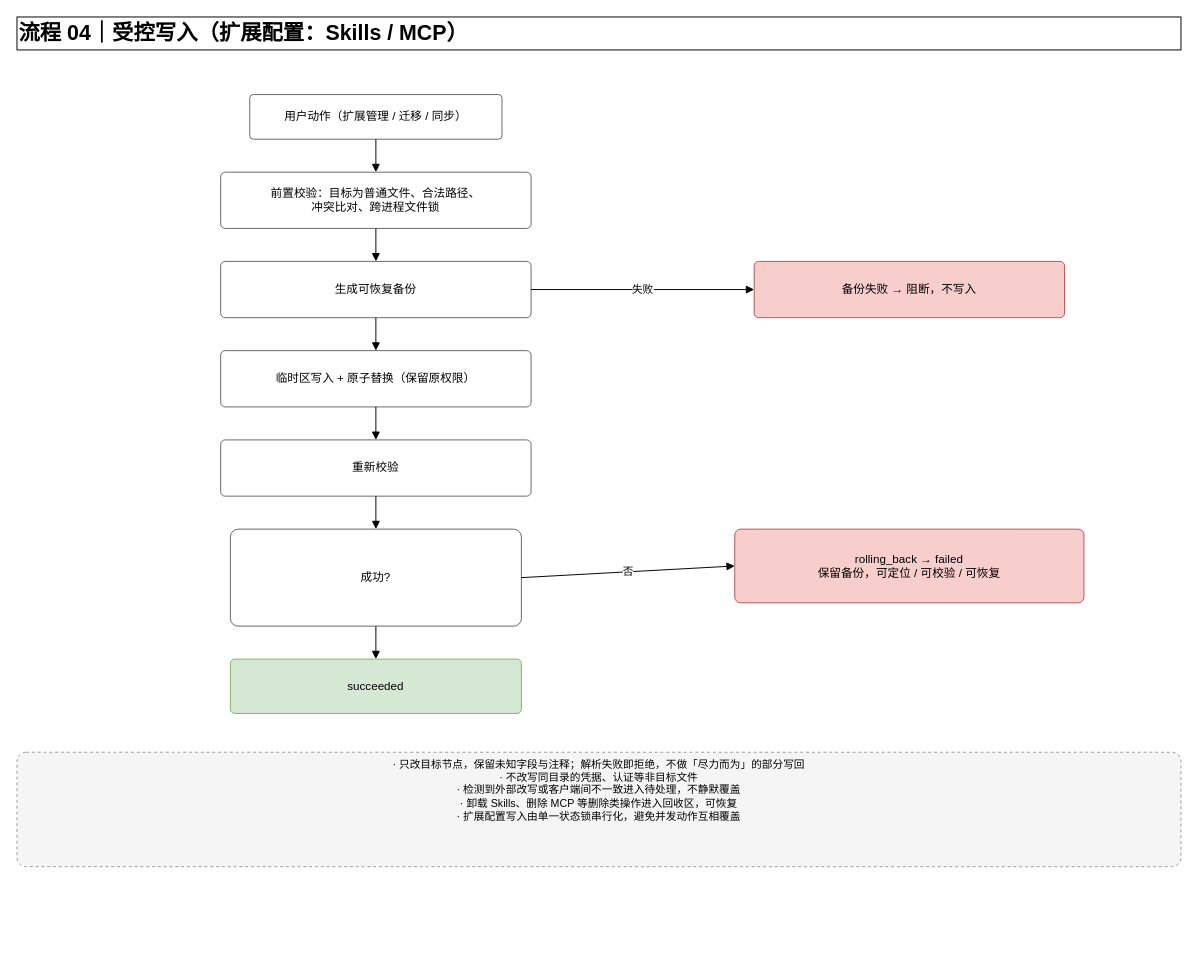
This is page "04-受控写入" (4 of 10) of docs/04-项目资料/03-项目协作资料/01-协作包/2026-09-12-OpenCodex桌面管理器需求协作/06-架构与流程/OpenCodex-Desktop-核心流程.drawio from gzers/opencodex-desktop, a draw.io file, before an edit. Source tidied: cells renumbered, new cells numbered last; positions are measured from the earlier drawing's top-left corner, leaving out a move shared by most shapes. Both pictures are drawn from the tidied source at 97%, with x=0, y=0 at pixel (16, 16).
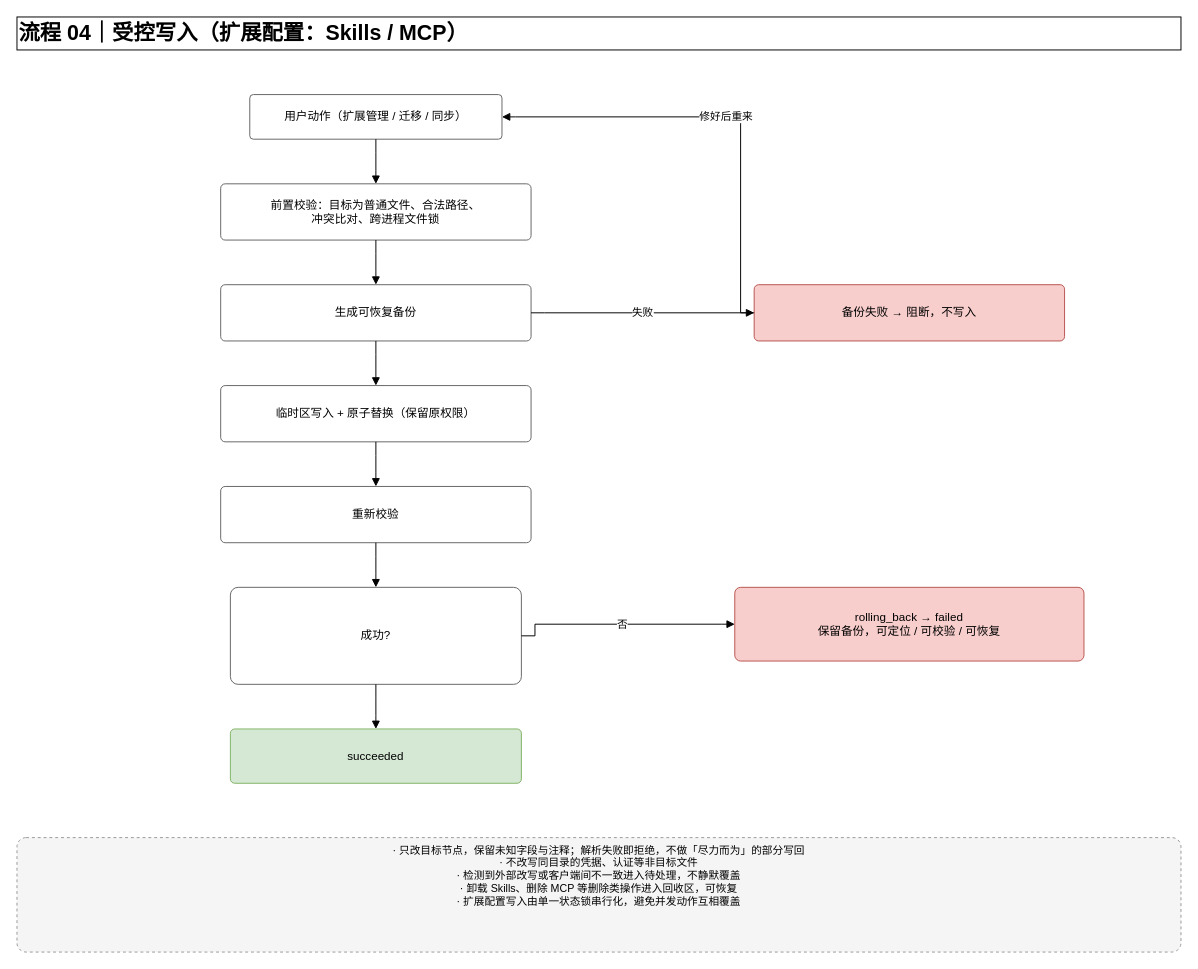
The same page after the edit.

Unchanged cells that the change refers to:
```xml
<mxCell id="3" value="用户动作（扩展管理 / 迁移 / 同步）" style="html=1;whiteSpace=wrap;rounded=1;arcSize=8;fontSize=12;fillColor=#ffffff;strokeColor=#666666;" parent="1" vertex="1">
  <mxGeometry x="240" y="80" width="260" height="46" as="geometry" />
</mxCell>
```

Diff of the diagram source:
```diff
@@
     <mxCell id="4" value="前置校验：目标为普通文件、合法路径、&lt;br&gt;冲突比对、跨进程文件锁" style="html=1;whiteSpace=wrap;rounded=1;arcSize=8;fontSize=12;fillColor=#ffffff;strokeColor=#666666;" parent="1" vertex="1">
-      <mxGeometry x="210" y="160" width="320" height="58" as="geometry" />
+      <mxGeometry x="210" y="172" width="320" height="58" as="geometry" />
     </mxCell>
     <mxCell id="5" value="生成可恢复备份" style="html=1;whiteSpace=wrap;rounded=1;arcSize=8;fontSize=12;fillColor=#ffffff;strokeColor=#666666;" parent="1" vertex="1">
-      <mxGeometry x="210" y="252" width="320" height="58" as="geometry" />
+      <mxGeometry x="210" y="276" width="320" height="58" as="geometry" />
     </mxCell>
     <mxCell id="6" value="临时区写入 + 原子替换（保留原权限）" style="html=1;whiteSpace=wrap;rounded=1;arcSize=8;fontSize=12;fillColor=#ffffff;strokeColor=#666666;" parent="1" vertex="1">
-      <mxGeometry x="210" y="344" width="320" height="58" as="geometry" />
+      <mxGeometry x="210" y="380" width="320" height="58" as="geometry" />
     </mxCell>
     <mxCell id="7" value="重新校验" style="html=1;whiteSpace=wrap;rounded=1;arcSize=8;fontSize=12;fillColor=#ffffff;strokeColor=#666666;" parent="1" vertex="1">
-      <mxGeometry x="210" y="436" width="320" height="58" as="geometry" />
+      <mxGeometry x="210" y="484" width="320" height="58" as="geometry" />
     </mxCell>
     <mxCell id="8" value="成功?" style="html=1;whiteSpace=wrap;rounded=1;arcSize=8;fontSize=12;fillColor=#ffffff;strokeColor=#666666;" parent="1" vertex="1">
-      <mxGeometry x="220" y="528" width="300" height="100" as="geometry" />
+      <mxGeometry x="220" y="588" width="300" height="100" as="geometry" />
     </mxCell>
     <mxCell id="9" value="succeeded" style="html=1;whiteSpace=wrap;rounded=1;arcSize=8;fontSize=12;fillColor=#d5e8d4;strokeColor=#82b366;" parent="1" vertex="1">
-      <mxGeometry x="220" y="662" width="300" height="56" as="geometry" />
+      <mxGeometry x="220" y="734" width="300" height="56" as="geometry" />
     </mxCell>
+    <mxCell id="16" value="备份失败 → 阻断，不写入" style="html=1;whiteSpace=wrap;rounded=1;arcSize=8;fontSize=12;fillColor=#f8cecc;strokeColor=#b85450;" parent="1" vertex="1">
+      <mxGeometry x="760" y="276" width="320" height="58" as="geometry" />
+    </mxCell>
+    <mxCell id="17" value="rolling_back → failed&lt;br&gt;保留备份，可定位 / 可校验 / 可恢复" style="html=1;whiteSpace=wrap;rounded=1;arcSize=8;fontSize=12;fillColor=#f8cecc;strokeColor=#b85450;" parent="1" vertex="1">
+      <mxGeometry x="740" y="588" width="360" height="76" as="geometry" />
+    </mxCell>
+    <mxCell id="20" value="· 只改目标节点，保留未知字段与注释；解析失败即拒绝，不做「尽力而为」的部分写回&lt;br&gt;· 不改写同目录的凭据、认证等非目标文件&lt;br&gt;· 检测到外部改写或客户端间不一致进入待处理，不静默覆盖&lt;br&gt;· 卸载 Skills、删除 MCP 等删除类操作进入回收区，可恢复&lt;br&gt;· 扩展配置写入由单一状态锁串行化，避免并发动作互相覆盖" style="html=1;whiteSpace=wrap;rounded=1;arcSize=8;fontSize=11;fillColor=#f5f5f5;strokeColor=#999999;dashed=1;verticalAlign=top;" parent="1" vertex="1">
+      <mxGeometry y="846" width="1200" height="118" as="geometry" />
+    </mxCell>
-    <mxCell id="10" style="html=1;endArrow=block;endFill=1;rounded=1;fontSize=11;" parent="1" edge="1" source="3" target="4">
-      <mxGeometry relative="1" as="geometry" />
+    <mxCell id="10" style="edgeStyle=none;html=1;rounded=0;endArrow=block;endFill=1;fontSize=11;exitX=0.5;exitY=1;exitDx=0;exitDy=0;entryX=0.5;entryY=0;entryDx=0;entryDy=0;" parent="1" edge="1" source="3" target="4">
+      <mxGeometry relative="1" as="geometry">
+        <Array as="points">
+          <mxPoint x="370" y="140" />
+          <mxPoint x="370" y="158" />
+        </Array>
+      </mxGeometry>
     </mxCell>
-    <mxCell id="11" style="html=1;endArrow=block;endFill=1;rounded=1;fontSize=11;" parent="1" edge="1" source="4" target="5">
-      <mxGeometry relative="1" as="geometry" />
+    <mxCell id="11" style="edgeStyle=none;html=1;rounded=0;endArrow=block;endFill=1;fontSize=11;exitX=0.5;exitY=1;exitDx=0;exitDy=0;entryX=0.5;entryY=0;entryDx=0;entryDy=0;" parent="1" edge="1" source="4" target="5">
+      <mxGeometry relative="1" as="geometry">
+        <Array as="points">
+          <mxPoint x="370" y="244" />
+          <mxPoint x="370" y="262" />
+        </Array>
+      </mxGeometry>
     </mxCell>
-    <mxCell id="12" style="html=1;endArrow=block;endFill=1;rounded=1;fontSize=11;" parent="1" edge="1" source="5" target="6">
-      <mxGeometry relative="1" as="geometry" />
+    <mxCell id="12" style="edgeStyle=none;html=1;rounded=0;endArrow=block;endFill=1;fontSize=11;exitX=0.5;exitY=1;exitDx=0;exitDy=0;entryX=0.5;entryY=0;entryDx=0;entryDy=0;" parent="1" edge="1" source="5" target="6">
+      <mxGeometry relative="1" as="geometry">
+        <Array as="points">
+          <mxPoint x="370" y="348" />
+          <mxPoint x="370" y="366" />
+        </Array>
+      </mxGeometry>
     </mxCell>
-    <mxCell id="13" style="html=1;endArrow=block;endFill=1;rounded=1;fontSize=11;" parent="1" edge="1" source="6" target="7">
-      <mxGeometry relative="1" as="geometry" />
+    <mxCell id="13" style="edgeStyle=none;html=1;rounded=0;endArrow=block;endFill=1;fontSize=11;exitX=0.5;exitY=1;exitDx=0;exitDy=0;entryX=0.5;entryY=0;entryDx=0;entryDy=0;" parent="1" edge="1" source="6" target="7">
+      <mxGeometry relative="1" as="geometry">
+        <Array as="points">
+          <mxPoint x="370" y="452" />
+          <mxPoint x="370" y="470" />
+        </Array>
+      </mxGeometry>
     </mxCell>
-    <mxCell id="14" style="html=1;endArrow=block;endFill=1;rounded=1;fontSize=11;" parent="1" edge="1" source="7" target="8">
-      <mxGeometry relative="1" as="geometry" />
+    <mxCell id="14" style="edgeStyle=none;html=1;rounded=0;endArrow=block;endFill=1;fontSize=11;exitX=0.5;exitY=1;exitDx=0;exitDy=0;entryX=0.5;entryY=0;entryDx=0;entryDy=0;" parent="1" edge="1" source="7" target="8">
+      <mxGeometry relative="1" as="geometry">
+        <Array as="points">
+          <mxPoint x="370" y="556" />
+          <mxPoint x="370" y="574" />
+        </Array>
+      </mxGeometry>
     </mxCell>
-    <mxCell id="15" style="html=1;endArrow=block;endFill=1;rounded=1;fontSize=11;" parent="1" edge="1" source="8" target="9">
-      <mxGeometry relative="1" as="geometry" />
+    <mxCell id="15" style="edgeStyle=none;html=1;rounded=0;endArrow=block;endFill=1;fontSize=11;exitX=0.5;exitY=1;exitDx=0;exitDy=0;entryX=0.5;entryY=0;entryDx=0;entryDy=0;" parent="1" edge="1" source="8" target="9">
+      <mxGeometry relative="1" as="geometry">
+        <Array as="points">
+          <mxPoint x="370" y="702" />
+          <mxPoint x="370" y="720" />
+        </Array>
+      </mxGeometry>
     </mxCell>
-    <mxCell id="16" value="备份失败 → 阻断，不写入" style="html=1;whiteSpace=wrap;rounded=1;arcSize=8;fontSize=12;fillColor=#f8cecc;strokeColor=#b85450;" parent="1" vertex="1">
-      <mxGeometry x="760" y="252" width="320" height="58" as="geometry" />
-    </mxCell>
-    <mxCell id="17" value="rolling_back → failed&lt;br&gt;保留备份，可定位 / 可校验 / 可恢复" style="html=1;whiteSpace=wrap;rounded=1;arcSize=8;fontSize=12;fillColor=#f8cecc;strokeColor=#b85450;" parent="1" vertex="1">
-      <mxGeometry x="740" y="528" width="360" height="76" as="geometry" />
-    </mxCell>
-    <mxCell id="18" value="失败" style="html=1;endArrow=block;endFill=1;rounded=1;fontSize=11;exitX=1;exitY=0.5;exitDx=0;exitDy=0;entryX=0;entryY=0.5;entryDx=0;entryDy=0;" parent="1" edge="1" source="5" target="16">
-      <mxGeometry relative="1" as="geometry" />
+    <mxCell id="18" value="失败" style="edgeStyle=none;html=1;rounded=0;endArrow=block;endFill=1;fontSize=11;exitX=1;exitY=0.5;exitDx=0;exitDy=0;entryX=0;entryY=0.5;entryDx=0;entryDy=0;" parent="1" edge="1" source="5" target="16">
+      <mxGeometry relative="1" as="geometry">
+        <Array as="points">
+          <mxPoint x="544" y="305" />
+          <mxPoint x="746" y="305" />
+        </Array>
+      </mxGeometry>
     </mxCell>
-    <mxCell id="19" value="否" style="html=1;endArrow=block;endFill=1;rounded=1;fontSize=11;exitX=1;exitY=0.5;exitDx=0;exitDy=0;entryX=0;entryY=0.5;entryDx=0;entryDy=0;" parent="1" edge="1" source="8" target="17">
-      <mxGeometry relative="1" as="geometry" />
+    <mxCell id="19" value="否" style="edgeStyle=none;html=1;rounded=0;endArrow=block;endFill=1;fontSize=11;exitX=1;exitY=0.5;exitDx=0;exitDy=0;entryX=0;entryY=0.5;entryDx=0;entryDy=0;" parent="1" edge="1" source="8" target="17">
+      <mxGeometry relative="1" as="geometry">
+        <Array as="points">
+          <mxPoint x="534" y="638" />
+          <mxPoint x="534" y="626" />
+          <mxPoint x="726" y="626" />
+        </Array>
+      </mxGeometry>
     </mxCell>
-    <mxCell id="20" value="· 只改目标节点，保留未知字段与注释；解析失败即拒绝，不做「尽力而为」的部分写回&lt;br&gt;· 不改写同目录的凭据、认证等非目标文件&lt;br&gt;· 检测到外部改写或客户端间不一致进入待处理，不静默覆盖&lt;br&gt;· 卸载 Skills、删除 MCP 等删除类操作进入回收区，可恢复&lt;br&gt;· 扩展配置写入由单一状态锁串行化，避免并发动作互相覆盖" style="html=1;whiteSpace=wrap;rounded=1;arcSize=8;fontSize=11;fillColor=#f5f5f5;strokeColor=#999999;dashed=1;verticalAlign=top;" parent="1" vertex="1">
-      <mxGeometry y="758" width="1200" height="118" as="geometry" />
-    </mxCell>
+    <mxCell id="21" value="修好后重来" style="edgeStyle=none;html=1;rounded=0;endArrow=block;endFill=1;fontSize=11;exitX=0;exitY=0.5;exitDx=0;exitDy=0;entryX=1;entryY=0.5;entryDx=0;entryDy=0;" parent="1" edge="1" source="16" target="3">
+      <mxGeometry relative="1" as="geometry">
+        <Array as="points">
+          <mxPoint x="746" y="305" />
+          <mxPoint x="746" y="103" />
+          <mxPoint x="514" y="103" />
+        </Array>
+      </mxGeometry>
+    </mxCell>
```
